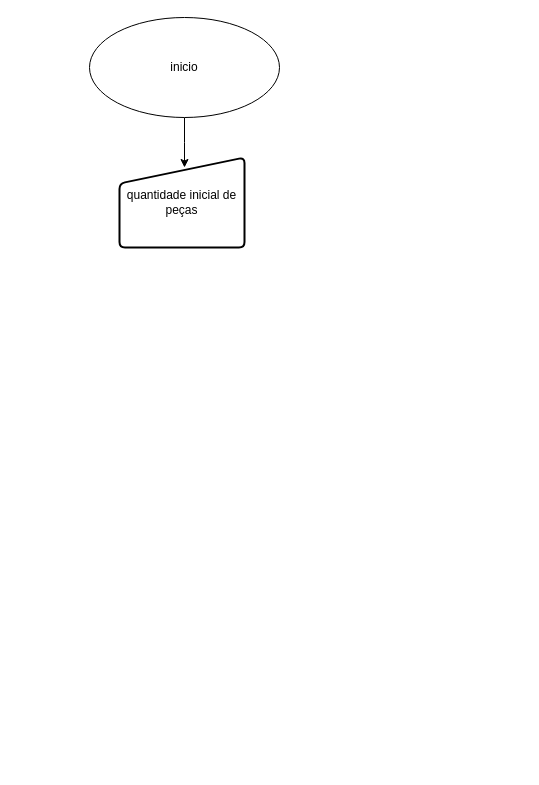
Ands17Dev/versionamento-senac keeps this draw.io diagram as Diagrama sem nome.drawio. Above is the earlier version. Source tidied: cells renumbered, new cells numbered last; positions are measured from the earlier drawing's top-left corner, leaving out a move shared by most shapes. Both pictures are drawn from the tidied source at 100%, with x=0, y=0 at pixel (89, 17).
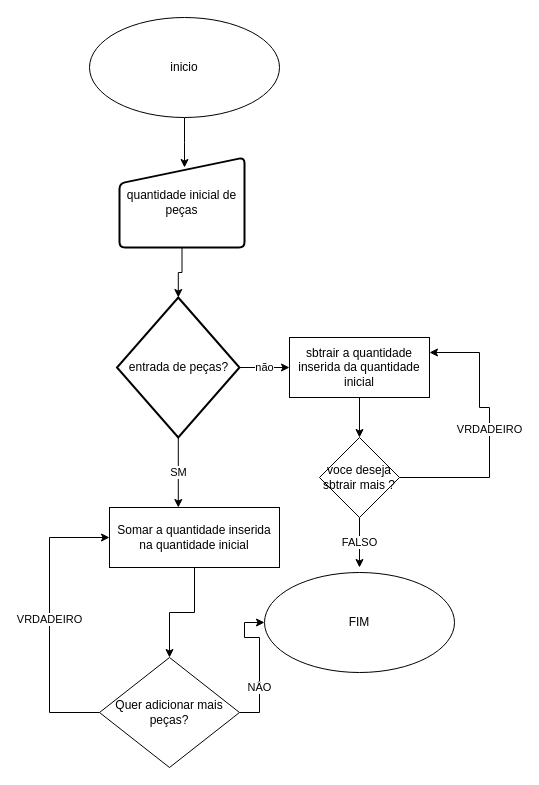
The same page after the edit.

Unchanged cells that the change refers to:
```xml
<mxCell id="4" value="quantidade inicial de peças" style="html=1;strokeWidth=2;shape=manualInput;whiteSpace=wrap;rounded=1;size=26;arcSize=11;" parent="1" vertex="1">
  <mxGeometry x="30" y="140" width="125" height="90" as="geometry" />
</mxCell>
```

Diff of the diagram source:
```diff
@@
+    <mxCell id="5" style="edgeStyle=orthogonalEdgeStyle;rounded=0;jettySize=auto;html=1;" parent="1" edge="1" source="4" target="8">
+      <mxGeometry relative="1" as="geometry" />
+    </mxCell>
@@
+    <mxCell id="6" value="não" style="edgeStyle=orthogonalEdgeStyle;rounded=0;jettySize=auto;html=1;" parent="1" edge="1" source="8">
+      <mxGeometry relative="1" as="geometry">
+        <mxPoint x="200" y="350" as="targetPoint" />
+        <Array as="points">
+          <mxPoint x="170" y="350" />
+          <mxPoint x="170" y="350" />
+        </Array>
+      </mxGeometry>
+    </mxCell>
+    <mxCell id="7" value="SM" style="edgeStyle=orthogonalEdgeStyle;rounded=0;jettySize=auto;html=1;" parent="1" edge="1" source="8">
+      <mxGeometry relative="1" as="geometry">
+        <mxPoint x="88.8" y="490" as="targetPoint" />
+      </mxGeometry>
+    </mxCell>
+    <mxCell id="8" value="entrada de peças?" style="strokeWidth=2;html=1;shape=mxgraph.flowchart.decision;whiteSpace=wrap;" parent="1" vertex="1">
+      <mxGeometry x="27.5" y="280" width="122.5" height="140" as="geometry" />
+    </mxCell>
+    <mxCell id="9" style="edgeStyle=orthogonalEdgeStyle;rounded=0;jettySize=auto;html=1;" parent="1" edge="1" source="10" target="13">
+      <mxGeometry relative="1" as="geometry" />
+    </mxCell>
+    <mxCell id="10" value="sbtrair a quantidade inserida da quantidade inicial" style="rounded=0;whiteSpace=wrap;html=1;" parent="1" vertex="1">
+      <mxGeometry x="200" y="320" width="140" height="60" as="geometry" />
+    </mxCell>
+    <mxCell id="11" value="VRDADEIRO" style="edgeStyle=orthogonalEdgeStyle;rounded=0;jettySize=auto;html=1;entryX=1;entryY=0.25;entryDx=0;entryDy=0;" parent="1" edge="1" source="13" target="10">
+      <mxGeometry relative="1" as="geometry">
+        <Array as="points">
+          <mxPoint x="400" y="460" />
+          <mxPoint x="400" y="390" />
+          <mxPoint x="390" y="390" />
+          <mxPoint x="390" y="335" />
+        </Array>
+      </mxGeometry>
+    </mxCell>
+    <mxCell id="12" value="FALSO" style="edgeStyle=orthogonalEdgeStyle;rounded=0;jettySize=auto;html=1;" parent="1" edge="1" source="13">
+      <mxGeometry relative="1" as="geometry">
+        <mxPoint x="270" y="550" as="targetPoint" />
+      </mxGeometry>
+    </mxCell>
+    <mxCell id="13" value="voce deseja sbtrair mais ?" style="rhombus;whiteSpace=wrap;html=1;" parent="1" vertex="1">
+      <mxGeometry x="230" y="420" width="80" height="80" as="geometry" />
+    </mxCell>
+    <mxCell id="14" value="FIM" style="ellipse;whiteSpace=wrap;html=1;" parent="1" vertex="1">
+      <mxGeometry x="175" y="555" width="190" height="100" as="geometry" />
+    </mxCell>
+    <mxCell id="15" style="edgeStyle=orthogonalEdgeStyle;rounded=0;jettySize=auto;html=1;" parent="1" edge="1" source="16" target="19">
+      <mxGeometry relative="1" as="geometry" />
+    </mxCell>
+    <mxCell id="16" value="Somar a quantidade inserida na quantidade inicial" style="rounded=0;whiteSpace=wrap;html=1;" parent="1" vertex="1">
+      <mxGeometry x="20" y="490" width="170" height="60" as="geometry" />
+    </mxCell>
+    <mxCell id="17" value="NÂO" style="edgeStyle=orthogonalEdgeStyle;rounded=0;jettySize=auto;html=1;" parent="1" edge="1" source="19" target="14">
+      <mxGeometry x="-0.38" relative="1" as="geometry" />
+    </mxCell>
+    <mxCell id="18" value="VRDADEIRO" style="edgeStyle=orthogonalEdgeStyle;rounded=0;jettySize=auto;html=1;entryX=0;entryY=0.5;entryDx=0;entryDy=0;" parent="1" edge="1" source="19" target="16">
+      <mxGeometry relative="1" as="geometry">
+        <Array as="points">
+          <mxPoint x="-40" y="695" />
+          <mxPoint x="-40" y="520" />
+        </Array>
+      </mxGeometry>
+    </mxCell>
+    <mxCell id="19" value="Quer adicionar mais peças?" style="rhombus;whiteSpace=wrap;html=1;" parent="1" vertex="1">
+      <mxGeometry x="10" y="640" width="140" height="110" as="geometry" />
+    </mxCell>
```
